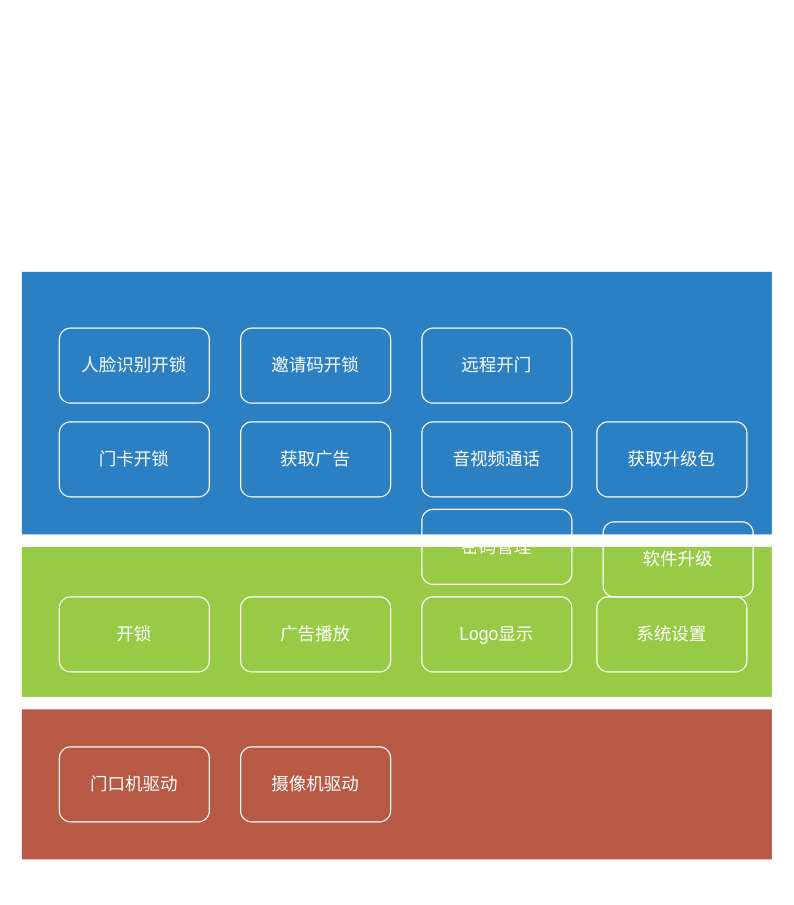
Earlier version of the draw.io diagram page "Page-2" (2 of 2) of smartdoor.drawio (jeffmacn/myjava). Source tidied: cells renumbered, new cells numbered last; positions are measured from the earlier drawing's top-left corner, leaving out a move shared by most shapes. Both pictures are drawn from the tidied source at 125%, with x=0, y=0 at pixel (21, 271).
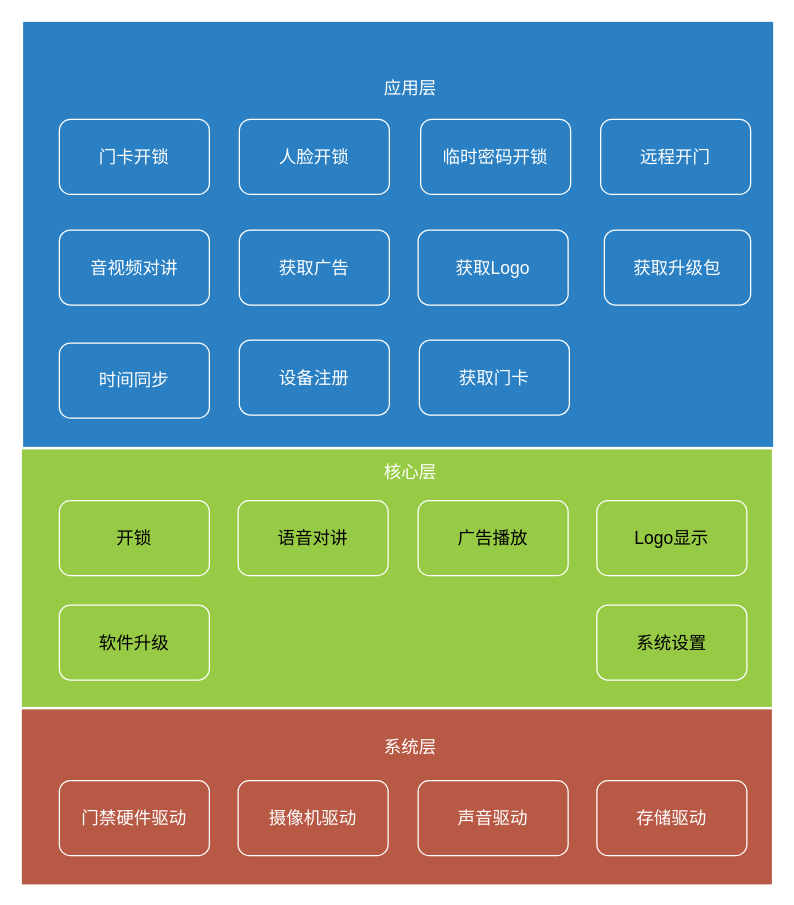
After the change.

Diff of the diagram source:
```diff
@@
     <mxCell id="2" style="rounded=0;whiteSpace=wrap;html=1;fillColor=#B85945;strokeColor=none;fontSize=14;" parent="1" vertex="1">
-      <mxGeometry y="350" width="600" height="120" as="geometry" />
+      <mxGeometry y="350" width="600" height="140" as="geometry" />
     </mxCell>
-    <mxCell id="3" value="门口机驱动" style="rounded=1;whiteSpace=wrap;html=1;strokeColor=#FFFFFF;fillColor=none;fontColor=#FFFFFF;fontSize=14;" parent="1" vertex="1">
-      <mxGeometry x="30" y="380" width="120" height="60" as="geometry" />
-    </mxCell>
-    <mxCell id="4" value="摄像机驱动" style="rounded=1;whiteSpace=wrap;html=1;strokeColor=#FFFFFF;fillColor=none;fontColor=#FFFFFF;fontSize=14;" parent="1" vertex="1">
-      <mxGeometry x="175" y="380" width="120" height="60" as="geometry" />
-    </mxCell>
     <mxCell id="5" style="rounded=0;whiteSpace=wrap;html=1;fillColor=#97CB45;strokeColor=none;fontSize=14;" parent="1" vertex="1">
-      <mxGeometry y="220" width="600" height="120" as="geometry" />
+      <mxGeometry y="142" width="600" height="206" as="geometry" />
     </mxCell>
     <mxCell id="6" style="rounded=0;whiteSpace=wrap;html=1;fillColor=#2B80C3;strokeColor=none;fontSize=14;" parent="1" vertex="1">
-      <mxGeometry width="600" height="210" as="geometry" />
+      <mxGeometry x="1" y="-200" width="600" height="340" as="geometry" />
     </mxCell>
-    <mxCell id="7" value="开锁" style="rounded=1;whiteSpace=wrap;html=1;strokeColor=#FFFFFF;fillColor=none;fontColor=#FFFFFF;fontSize=14;" parent="1" vertex="1">
-      <mxGeometry x="30" y="260" width="120" height="60" as="geometry" />
-    </mxCell>
-    <mxCell id="8" value="广告播放" style="rounded=1;whiteSpace=wrap;html=1;strokeColor=#FFFFFF;fillColor=none;fontColor=#FFFFFF;fontSize=14;" parent="1" vertex="1">
-      <mxGeometry x="175" y="260" width="120" height="60" as="geometry" />
-    </mxCell>
-    <mxCell id="9" value="Logo显示" style="rounded=1;whiteSpace=wrap;html=1;strokeColor=#FFFFFF;fillColor=none;fontColor=#FFFFFF;fontSize=14;" parent="1" vertex="1">
-      <mxGeometry x="320" y="260" width="120" height="60" as="geometry" />
-    </mxCell>
-    <mxCell id="10" value="门卡开锁" style="rounded=1;whiteSpace=wrap;html=1;strokeColor=#FFFFFF;fillColor=none;fontColor=#FFFFFF;fontSize=14;" parent="1" vertex="1">
-      <mxGeometry x="30" y="120" width="120" height="60" as="geometry" />
-    </mxCell>
     <mxCell id="11" value="获取广告" style="rounded=1;whiteSpace=wrap;html=1;strokeColor=#FFFFFF;fillColor=none;fontColor=#FFFFFF;fontSize=14;" parent="1" vertex="1">
-      <mxGeometry x="175" y="120" width="120" height="60" as="geometry" />
+      <mxGeometry x="174" y="-33.5" width="120" height="60" as="geometry" />
     </mxCell>
-    <mxCell id="12" value="音视频通话" style="rounded=1;whiteSpace=wrap;html=1;strokeColor=#FFFFFF;fillColor=none;fontColor=#FFFFFF;fontSize=14;" parent="1" vertex="1">
-      <mxGeometry x="320" y="120" width="120" height="60" as="geometry" />
+    <mxCell id="12" value="&lt;font color=&quot;#ffffff&quot;&gt;音视频对讲&lt;/font&gt;" style="rounded=1;whiteSpace=wrap;html=1;strokeColor=#FFFFFF;fillColor=none;fontColor=#FF0000;fontSize=14;" parent="1" vertex="1">
+      <mxGeometry x="30" y="-33.5" width="120" height="60" as="geometry" />
     </mxCell>
     <mxCell id="13" value="获取升级包" style="rounded=1;whiteSpace=wrap;html=1;strokeColor=#FFFFFF;fillColor=none;fontColor=#FFFFFF;fontSize=14;" parent="1" vertex="1">
-      <mxGeometry x="460" y="120" width="120" height="60" as="geometry" />
+      <mxGeometry x="466" y="-33.5" width="117" height="60" as="geometry" />
     </mxCell>
+    <mxCell id="20" value="系统层" style="text;html=1;strokeColor=none;fillColor=none;align=center;verticalAlign=middle;whiteSpace=wrap;rounded=0;fontSize=14;fontColor=#FFFFFF;" parent="1" vertex="1">
+      <mxGeometry x="250" y="370" width="122" height="20" as="geometry" />
+    </mxCell>
+    <mxCell id="21" value="核心层" style="text;html=1;strokeColor=none;fillColor=none;align=center;verticalAlign=middle;whiteSpace=wrap;rounded=0;fontSize=14;fontColor=#FFFFFF;" parent="1" vertex="1">
+      <mxGeometry x="250" y="150" width="122" height="20" as="geometry" />
+    </mxCell>
+    <mxCell id="22" value="应用层" style="text;html=1;strokeColor=none;fillColor=none;align=center;verticalAlign=middle;whiteSpace=wrap;rounded=0;fontSize=14;fontColor=#FFFFFF;" parent="1" vertex="1">
+      <mxGeometry x="250" y="-157" width="122" height="20" as="geometry" />
+    </mxCell>
+    <mxCell id="23" style="group;" parent="1" vertex="1">
+      <mxGeometry x="30" y="407" width="550" height="60" as="geometry" />
+    </mxCell>
+    <mxCell id="3" value="门禁硬件驱动" style="rounded=1;whiteSpace=wrap;html=1;strokeColor=#FFFFFF;fillColor=none;fontColor=#FFFFFF;fontSize=14;" parent="23" vertex="1">
+      <mxGeometry width="120" height="60" as="geometry" />
+    </mxCell>
+    <mxCell id="4" value="摄像机驱动" style="rounded=1;whiteSpace=wrap;html=1;strokeColor=#FFFFFF;fillColor=none;fontColor=#FFFFFF;fontSize=14;" parent="23" vertex="1">
+      <mxGeometry x="143" width="120" height="60" as="geometry" />
+    </mxCell>
+    <mxCell id="24" value="声音驱动" style="rounded=1;whiteSpace=wrap;html=1;strokeColor=#FFFFFF;fillColor=none;fontColor=#FFFFFF;fontSize=14;" parent="23" vertex="1">
+      <mxGeometry x="287" width="120" height="60" as="geometry" />
+    </mxCell>
+    <mxCell id="25" value="存储驱动" style="rounded=1;whiteSpace=wrap;html=1;strokeColor=#FFFFFF;fillColor=none;fontColor=#FFFFFF;fontSize=14;" parent="23" vertex="1">
+      <mxGeometry x="430" width="120" height="60" as="geometry" />
+    </mxCell>
+    <mxCell id="26" style="group;" parent="1" vertex="1">
+      <mxGeometry x="30" y="183" width="550" height="60" as="geometry" />
+    </mxCell>
+    <mxCell id="7" value="语音对讲" style="rounded=1;whiteSpace=wrap;html=1;strokeColor=#FFFFFF;fillColor=none;fontColor=#000000;fontSize=14;" parent="26" vertex="1">
+      <mxGeometry x="143" width="120" height="60" as="geometry" />
+    </mxCell>
+    <mxCell id="19" value="Logo显示" style="rounded=1;whiteSpace=wrap;html=1;strokeColor=#FFFFFF;fillColor=none;fontColor=#000000;fontSize=14;" parent="26" vertex="1">
+      <mxGeometry x="430" width="120" height="60" as="geometry" />
+    </mxCell>
+    <mxCell id="8" value="广告播放" style="rounded=1;whiteSpace=wrap;html=1;strokeColor=#FFFFFF;fillColor=none;fontColor=#000000;fontSize=14;" parent="26" vertex="1">
+      <mxGeometry x="287" width="120" height="60" as="geometry" />
+    </mxCell>
+    <mxCell id="27" value="&lt;font&gt;开锁&lt;/font&gt;" style="rounded=1;whiteSpace=wrap;html=1;strokeColor=#FFFFFF;fillColor=none;fontColor=#000000;fontSize=14;" parent="26" vertex="1">
+      <mxGeometry width="120" height="60" as="geometry" />
+    </mxCell>
+    <mxCell id="28" style="group;" parent="1" vertex="1">
+      <mxGeometry x="30" y="266.5" width="550" height="60" as="geometry" />
+    </mxCell>
-    <mxCell id="14" value="系统设置" style="rounded=1;whiteSpace=wrap;html=1;strokeColor=#FFFFFF;fillColor=none;fontColor=#FFFFFF;fontSize=14;" parent="1" vertex="1">
-      <mxGeometry x="460" y="260" width="120" height="60" as="geometry" />
+    <mxCell id="14" value="系统设置" style="rounded=1;whiteSpace=wrap;html=1;strokeColor=#FFFFFF;fillColor=none;fontColor=#000000;fontSize=14;" parent="28" vertex="1">
+      <mxGeometry x="430" width="120" height="60" as="geometry" />
     </mxCell>
+    <mxCell id="17" value="软件升级" style="rounded=1;whiteSpace=wrap;html=1;strokeColor=#FFFFFF;fillColor=none;fontColor=#000000;fontSize=14;" parent="28" vertex="1">
+      <mxGeometry width="120" height="60" as="geometry" />
+    </mxCell>
+    <mxCell id="29" style="group;fontColor=#FFFFFF;" parent="1" vertex="1">
+      <mxGeometry x="30" y="-122" width="553" height="60" as="geometry" />
+    </mxCell>
+    <mxCell id="10" value="&lt;font color=&quot;#ffffff&quot;&gt;门卡开锁&lt;/font&gt;" style="rounded=1;whiteSpace=wrap;html=1;strokeColor=#FFFFFF;fillColor=none;fontColor=#FF0000;fontSize=14;" parent="29" vertex="1">
+      <mxGeometry width="120" height="60" as="geometry" />
+    </mxCell>
-    <mxCell id="15" value="人脸识别开锁" style="rounded=1;whiteSpace=wrap;html=1;strokeColor=#FFFFFF;fillColor=none;fontColor=#FFFFFF;fontSize=14;" parent="1" vertex="1">
-      <mxGeometry x="30" y="45" width="120" height="60" as="geometry" />
+    <mxCell id="15" value="人脸开锁" style="rounded=1;whiteSpace=wrap;html=1;strokeColor=#FFFFFF;fillColor=none;fontColor=#FFFFFF;fontSize=14;" parent="29" vertex="1">
+      <mxGeometry x="144" width="120" height="60" as="geometry" />
     </mxCell>
-    <mxCell id="16" value="邀请码开锁" style="rounded=1;whiteSpace=wrap;html=1;strokeColor=#FFFFFF;fillColor=none;fontColor=#FFFFFF;fontSize=14;" parent="1" vertex="1">
-      <mxGeometry x="175" y="45" width="120" height="60" as="geometry" />
+    <mxCell id="16" value="临时密码开锁" style="rounded=1;whiteSpace=wrap;html=1;strokeColor=#FFFFFF;fillColor=none;fontColor=#FFFFFF;fontSize=14;" parent="29" vertex="1">
+      <mxGeometry x="289" width="120" height="60" as="geometry" />
     </mxCell>
-    <mxCell id="17" value="软件升级" style="rounded=1;whiteSpace=wrap;html=1;strokeColor=#FFFFFF;fillColor=none;fontColor=#FFFFFF;fontSize=14;" parent="1" vertex="1">
-      <mxGeometry x="465" y="200" width="120" height="60" as="geometry" />
-    </mxCell>
-    <mxCell id="18" value="远程开门" style="rounded=1;whiteSpace=wrap;html=1;strokeColor=#FFFFFF;fillColor=none;fontColor=#FFFFFF;fontSize=14;" parent="1" vertex="1">
-      <mxGeometry x="320" y="45" width="120" height="60" as="geometry" />
+    <mxCell id="18" value="远程开门" style="rounded=1;whiteSpace=wrap;html=1;strokeColor=#FFFFFF;fillColor=none;fontColor=#FFFFFF;fontSize=14;" parent="29" vertex="1">
+      <mxGeometry x="433" width="120" height="60" as="geometry" />
     </mxCell>
-    <mxCell id="19" value="密码管理" style="rounded=1;whiteSpace=wrap;html=1;strokeColor=#FFFFFF;fillColor=none;fontColor=#FFFFFF;fontSize=14;" parent="1" vertex="1">
-      <mxGeometry x="320" y="190" width="120" height="60" as="geometry" />
-    </mxCell>
+    <mxCell id="30" value="获取Logo" style="rounded=1;whiteSpace=wrap;html=1;strokeColor=#FFFFFF;fillColor=none;fontColor=#FFFFFF;fontSize=14;" parent="1" vertex="1">
+      <mxGeometry x="317" y="-33.5" width="120" height="60" as="geometry" />
+    </mxCell>
+    <mxCell id="31" value="&lt;font color=&quot;#ffffff&quot;&gt;时间同步&lt;/font&gt;" style="rounded=1;whiteSpace=wrap;html=1;strokeColor=#FFFFFF;fillColor=none;fontColor=#FF0000;fontSize=14;" parent="1" vertex="1">
+      <mxGeometry x="30" y="57" width="120" height="60" as="geometry" />
+    </mxCell>
+    <mxCell id="32" value="设备注册" style="rounded=1;whiteSpace=wrap;html=1;strokeColor=#FFFFFF;fillColor=none;fontColor=#FFFFFF;fontSize=14;" parent="1" vertex="1">
+      <mxGeometry x="174" y="54.5" width="120" height="60" as="geometry" />
+    </mxCell>
+    <mxCell id="33" value="获取门卡" style="rounded=1;whiteSpace=wrap;html=1;strokeColor=#FFFFFF;fillColor=none;fontColor=#FFFFFF;fontSize=14;" parent="1" vertex="1">
+      <mxGeometry x="318" y="54.5" width="120" height="60" as="geometry" />
+    </mxCell>
```
